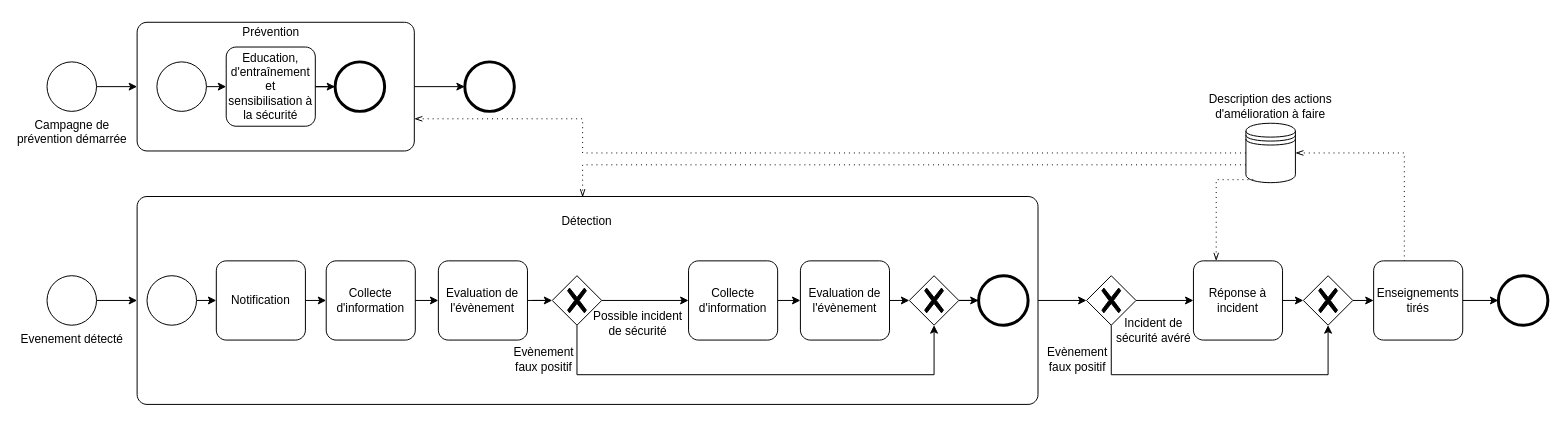
Earlier version of the draw.io diagram standards/ISO27035.drawio (netmme/cyber-diagramme-d-activites). Source tidied: cells renumbered, new cells numbered last; positions are measured from the earlier drawing's top-left corner, leaving out a move shared by most shapes. Both pictures are drawn from the tidied source at 99%, with x=0, y=0 at pixel (47, 17).
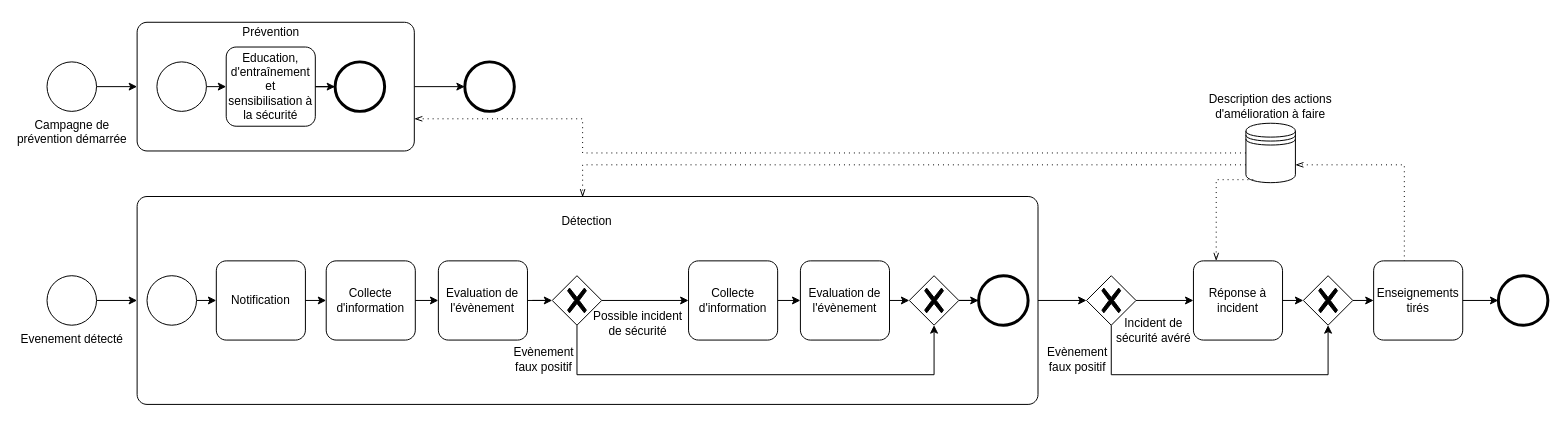
The same diagram, later.

Unchanged cells that the change refers to:
```xml
<mxCell id="40" style="shape=datastore;html=1;labelPosition=center;verticalLabelPosition=bottom;align=center;verticalAlign=top;" parent="1" vertex="1">
  <mxGeometry x="1211" y="107" width="50" height="60" as="geometry" />
</mxCell>
```

Change to the diagram source:
```diff
@@
-    <mxCell id="41" style="edgeStyle=elbowEdgeStyle;fontSize=12;html=1;endFill=0;startFill=0;endSize=6;startSize=6;dashed=1;dashPattern=1 4;endArrow=openThin;startArrow=none;rounded=0;exitX=0.5;exitY=0;exitDx=0;exitDy=0;entryX=1;entryY=0.5;entryDx=0;entryDy=0;" parent="1" edge="1" target="40">
+    <mxCell id="41" style="edgeStyle=elbowEdgeStyle;fontSize=12;html=1;endFill=0;startFill=0;endSize=6;startSize=6;dashed=1;dashPattern=1 4;endArrow=openThin;startArrow=none;rounded=0;exitX=0.5;exitY=0;exitDx=0;exitDy=0;entryX=1;entryY=0.7;entryDx=0;entryDy=0;" parent="1" edge="1" target="40">
       <mxGeometry relative="1" as="geometry">
         <mxPoint x="1370" y="250.5" as="sourcePoint" />
         <Array as="points">
           <mxPoint x="1371" y="197" />
         </Array>
       </mxGeometry>
     </mxCell>
```
